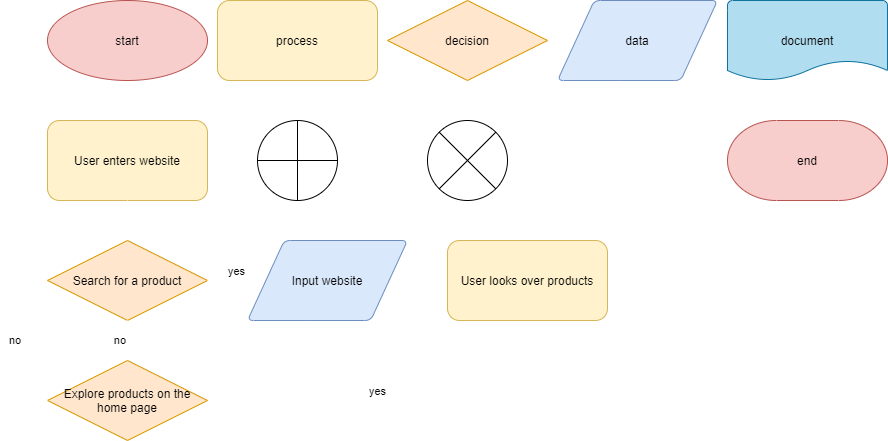
This is explore/diagramming/diagram.drawio.png from StevenSchaeffer/fa21-cse110-lab4, a draw.io export, as it was before one commit. Source tidied: cells renumbered, new cells last; positions are measured from the earlier drawing's top-left corner, leaving out a move shared by most shapes.
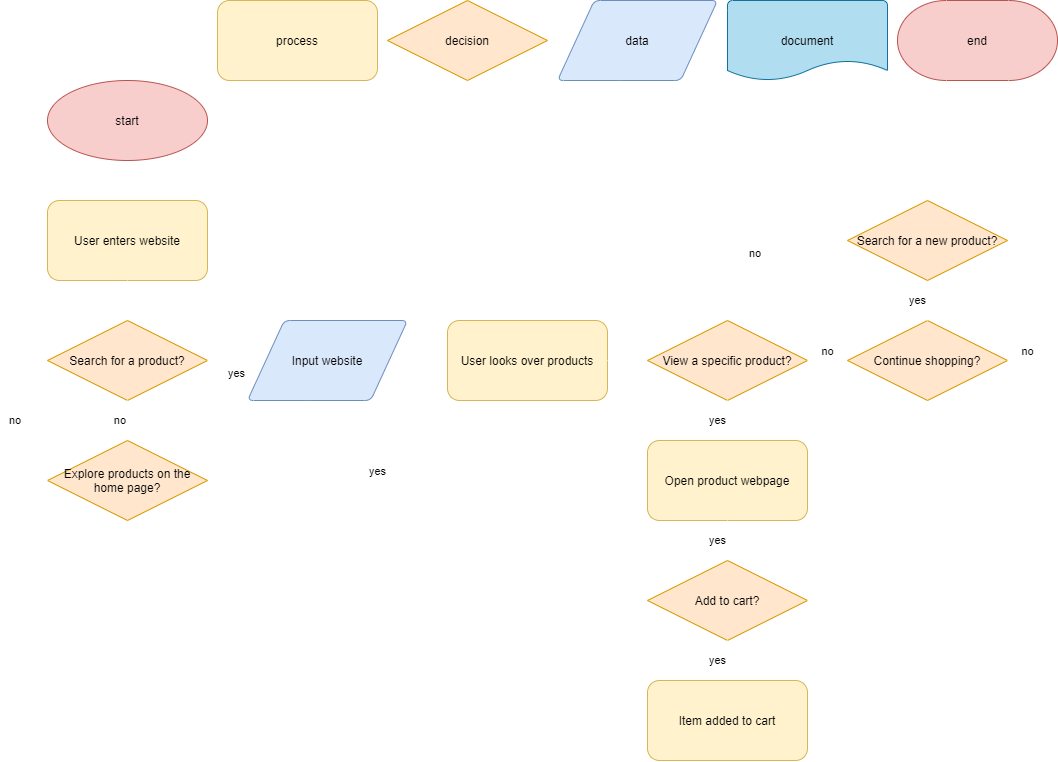
After the change.

Diff of the diagram source:
```diff
@@ -9,67 +9,30 @@
       <mxGeometry x="40" width="160" height="80" as="geometry" />
     </mxCell>
     <mxCell id="4" value="&lt;font color=&quot;#000000&quot;&gt;decision&lt;/font&gt;" style="rhombus;whiteSpace=wrap;html=1;fillColor=#ffe6cc;strokeColor=#d79b00;" parent="1" vertex="1">
-      <mxGeometry x="380" width="160" height="80" as="geometry" />
+      <mxGeometry x="380" y="-80" width="160" height="80" as="geometry" />
     </mxCell>
     <mxCell id="5" value="&lt;font color=&quot;#000000&quot;&gt;process&lt;/font&gt;" style="rounded=1;whiteSpace=wrap;html=1;fillColor=#fff2cc;strokeColor=#d6b656;direction=east;" parent="1" vertex="1">
-      <mxGeometry x="210" width="160" height="80" as="geometry" />
+      <mxGeometry x="210" y="-80" width="160" height="80" as="geometry" />
     </mxCell>
     <mxCell id="6" value="&lt;font color=&quot;#000000&quot;&gt;data&lt;/font&gt;" style="shape=parallelogram;html=1;strokeWidth=1;perimeter=parallelogramPerimeter;whiteSpace=wrap;rounded=1;arcSize=12;size=0.23;fillColor=#dae8fc;strokeColor=#6c8ebf;" parent="1" vertex="1">
-      <mxGeometry x="550" width="160" height="80" as="geometry" />
+      <mxGeometry x="550" y="-80" width="160" height="80" as="geometry" />
     </mxCell>
     <mxCell id="7" value="&lt;font color=&quot;#000000&quot;&gt;document&lt;/font&gt;" style="strokeWidth=1;html=1;shape=mxgraph.flowchart.document2;whiteSpace=wrap;size=0.25;fillColor=#b1ddf0;strokeColor=#10739e;" parent="1" vertex="1">
-      <mxGeometry x="720" width="160" height="80" as="geometry" />
+      <mxGeometry x="720" y="-80" width="160" height="80" as="geometry" />
     </mxCell>
     <mxCell id="8" value="&lt;font color=&quot;#000000&quot;&gt;end&lt;/font&gt;" style="strokeWidth=1;html=1;shape=mxgraph.flowchart.terminator;whiteSpace=wrap;fillColor=#f8cecc;strokeColor=#b85450;" parent="1" vertex="1">
-      <mxGeometry x="720" y="120" width="160" height="80" as="geometry" />
+      <mxGeometry x="890" y="-80" width="160" height="80" as="geometry" />
     </mxCell>
-    <mxCell id="9" style="verticalLabelPosition=bottom;verticalAlign=top;html=1;shape=mxgraph.flowchart.summing_function;strokeWidth=1;" parent="1" vertex="1">
-      <mxGeometry x="250" y="120" width="80" height="80" as="geometry" />
-    </mxCell>
-    <mxCell id="10" style="verticalLabelPosition=bottom;verticalAlign=top;html=1;shape=mxgraph.flowchart.or;strokeWidth=1;" parent="1" vertex="1">
-      <mxGeometry x="420" y="120" width="80" height="80" as="geometry" />
-    </mxCell>
-    <mxCell id="11" style="edgeStyle=orthogonalEdgeStyle;rounded=0;orthogonalLoop=1;jettySize=auto;html=1;exitX=0.5;exitY=1;exitDx=0;exitDy=0;entryX=0.5;entryY=0;entryDx=0;entryDy=0;entryPerimeter=0;strokeColor=#FFFFFF;" parent="1" edge="1">
-      <mxGeometry relative="1" as="geometry">
-        <mxPoint x="590" y="140" as="sourcePoint" />
-        <mxPoint x="590" y="180" as="targetPoint" />
-      </mxGeometry>
-    </mxCell>
-    <mxCell id="12" style="edgeStyle=orthogonalEdgeStyle;rounded=0;orthogonalLoop=1;jettySize=auto;html=1;strokeColor=#FFFFFF;" parent="1" edge="1">
-      <mxGeometry relative="1" as="geometry">
-        <mxPoint x="610" y="180" as="sourcePoint" />
-        <mxPoint x="610" y="140" as="targetPoint" />
-      </mxGeometry>
-    </mxCell>
-    <mxCell id="13" style="edgeStyle=orthogonalEdgeStyle;rounded=0;orthogonalLoop=1;jettySize=auto;html=1;strokeColor=#FFFFFF;" parent="1" edge="1">
-      <mxGeometry relative="1" as="geometry">
-        <mxPoint x="630" y="150" as="sourcePoint" />
-        <mxPoint x="670" y="150" as="targetPoint" />
-        <Array as="points">
-          <mxPoint x="640" y="150.2" />
-          <mxPoint x="640" y="150.2" />
-        </Array>
-      </mxGeometry>
-    </mxCell>
-    <mxCell id="14" style="edgeStyle=orthogonalEdgeStyle;rounded=0;orthogonalLoop=1;jettySize=auto;html=1;strokeColor=#FFFFFF;" parent="1" edge="1">
-      <mxGeometry relative="1" as="geometry">
-        <mxPoint x="670" y="170" as="sourcePoint" />
-        <mxPoint x="630" y="170" as="targetPoint" />
-        <Array as="points">
-          <mxPoint x="670" y="170" />
-        </Array>
-      </mxGeometry>
-    </mxCell>
     <mxCell id="15" value="&lt;font color=&quot;#000000&quot;&gt;User enters website&lt;/font&gt;" style="rounded=1;whiteSpace=wrap;html=1;fillColor=#fff2cc;strokeColor=#d6b656;direction=east;" parent="1" vertex="1">
       <mxGeometry x="40" y="120" width="160" height="80" as="geometry" />
     </mxCell>
-    <mxCell id="16" value="&lt;font color=&quot;#000000&quot;&gt;Search for a product&lt;/font&gt;" style="rhombus;whiteSpace=wrap;html=1;fillColor=#ffe6cc;strokeColor=#d79b00;" parent="1" vertex="1">
+    <mxCell id="16" value="&lt;font color=&quot;#000000&quot;&gt;Search for a product?&lt;/font&gt;" style="rhombus;whiteSpace=wrap;html=1;fillColor=#ffe6cc;strokeColor=#d79b00;" parent="1" vertex="1">
       <mxGeometry x="40" y="240" width="160" height="80" as="geometry" />
     </mxCell>
     <mxCell id="17" style="edgeStyle=orthogonalEdgeStyle;rounded=0;jettySize=auto;html=1;strokeColor=#FFFFFF;entryX=0.5;entryY=0;entryDx=0;entryDy=0;exitX=0.5;exitY=1;exitDx=0;exitDy=0;" parent="1" edge="1" source="15" target="16">
       <mxGeometry relative="1" as="geometry" />
     </mxCell>
-    <mxCell id="18" value="yes" style="edgeStyle=orthogonalEdgeStyle;rounded=0;jettySize=auto;html=1;strokeColor=#FFFFFF;exitX=1;exitY=0.5;exitDx=0;exitDy=0;align=center;verticalAlign=bottom;entryX=0;entryY=0.5;entryDx=0;entryDy=0;" parent="1" edge="1" source="16" target="24">
+    <mxCell id="18" value="yes" style="edgeStyle=orthogonalEdgeStyle;rounded=0;jettySize=auto;html=1;strokeColor=#FFFFFF;exitX=1;exitY=0.5;exitDx=0;exitDy=0;align=center;verticalAlign=top;entryX=0;entryY=0.5;entryDx=0;entryDy=0;" parent="1" edge="1" source="16" target="24">
       <mxGeometry relative="1" as="geometry" />
     </mxCell>
     <mxCell id="19" value="no" style="edgeStyle=orthogonalEdgeStyle;rounded=0;jettySize=auto;html=1;exitX=0.5;exitY=1;exitDx=0;exitDy=0;strokeColor=#FFFFFF;align=right;entryX=0.5;entryY=0;entryDx=0;entryDy=0;" parent="1" edge="1" source="16" target="21">
@@ -84,7 +47,7 @@
         </Array>
       </mxGeometry>
     </mxCell>
-    <mxCell id="21" value="&lt;font color=&quot;#000000&quot;&gt;Explore products on the home page&lt;/font&gt;" style="rhombus;whiteSpace=wrap;html=1;fillColor=#ffe6cc;strokeColor=#d79b00;" parent="1" vertex="1">
+    <mxCell id="21" value="&lt;font color=&quot;#000000&quot;&gt;Explore products on the home page?&lt;/font&gt;" style="rhombus;whiteSpace=wrap;html=1;fillColor=#ffe6cc;strokeColor=#d79b00;" parent="1" vertex="1">
       <mxGeometry x="40" y="360" width="160" height="80" as="geometry" />
     </mxCell>
     <mxCell id="22" value="no" style="edgeStyle=orthogonalEdgeStyle;rounded=0;jettySize=auto;html=1;strokeColor=#FFFFFF;align=left;exitX=0;exitY=0.5;exitDx=0;exitDy=0;entryX=0;entryY=0.5;entryDx=0;entryDy=0;" parent="1" edge="1" source="21" target="16">
@@ -104,5 +67,66 @@
     <mxCell id="25" value="&lt;font color=&quot;#000000&quot;&gt;User looks over products&lt;/font&gt;" style="rounded=1;whiteSpace=wrap;html=1;fillColor=#fff2cc;strokeColor=#d6b656;direction=east;" parent="1" vertex="1">
       <mxGeometry x="440" y="240" width="160" height="80" as="geometry" />
     </mxCell>
+    <mxCell id="26" value="&lt;font color=&quot;#000000&quot;&gt;View a specific product?&lt;/font&gt;" style="rhombus;whiteSpace=wrap;html=1;fillColor=#ffe6cc;strokeColor=#d79b00;" parent="1" vertex="1">
+      <mxGeometry x="640" y="240" width="160" height="80" as="geometry" />
+    </mxCell>
+    <mxCell id="27" style="edgeStyle=orthogonalEdgeStyle;rounded=0;jettySize=auto;html=1;strokeColor=#FFFFFF;exitX=1;exitY=0.5;exitDx=0;exitDy=0;entryX=0;entryY=0.5;entryDx=0;entryDy=0;" parent="1" edge="1" source="25" target="26">
+      <mxGeometry relative="1" as="geometry" />
+    </mxCell>
+    <mxCell id="28" value="no" style="edgeStyle=orthogonalEdgeStyle;rounded=0;jettySize=auto;html=1;strokeColor=#FFFFFF;exitX=1;exitY=0.5;exitDx=0;exitDy=0;entryX=0;entryY=0.5;entryDx=0;entryDy=0;verticalAlign=bottom;" parent="1" edge="1" source="26" target="29">
+      <mxGeometry relative="1" as="geometry" />
+    </mxCell>
+    <mxCell id="29" value="&lt;font color=&quot;#000000&quot;&gt;Continue shopping?&lt;/font&gt;" style="rhombus;whiteSpace=wrap;html=1;fillColor=#ffe6cc;strokeColor=#d79b00;" parent="1" vertex="1">
+      <mxGeometry x="840" y="240" width="160" height="80" as="geometry" />
+    </mxCell>
+    <mxCell id="30" value="no" style="edgeStyle=orthogonalEdgeStyle;rounded=0;jettySize=auto;html=1;strokeColor=#FFFFFF;entryX=0;entryY=0.5;entryDx=0;entryDy=0;verticalAlign=bottom;exitX=1;exitY=0.5;exitDx=0;exitDy=0;" parent="1" edge="1" source="29">
+      <mxGeometry relative="1" as="geometry">
+        <mxPoint x="1040" y="279.7" as="targetPoint" />
+      </mxGeometry>
+    </mxCell>
+    <mxCell id="31" value="yes" style="edgeStyle=orthogonalEdgeStyle;rounded=0;jettySize=auto;html=1;strokeColor=#FFFFFF;align=right;exitX=0.5;exitY=1;exitDx=0;exitDy=0;entryX=0.5;entryY=0;entryDx=0;entryDy=0;" parent="1" edge="1" source="26" target="35">
+      <mxGeometry relative="1" as="geometry" />
+    </mxCell>
+    <mxCell id="32" value="&lt;font color=&quot;#000000&quot;&gt;Add to cart?&lt;/font&gt;" style="rhombus;whiteSpace=wrap;html=1;fillColor=#ffe6cc;strokeColor=#d79b00;" parent="1" vertex="1">
+      <mxGeometry x="640" y="480" width="160" height="80" as="geometry" />
+    </mxCell>
+    <mxCell id="33" value="yes" style="edgeStyle=orthogonalEdgeStyle;rounded=0;jettySize=auto;html=1;strokeColor=#FFFFFF;align=right;exitX=0.5;exitY=1;exitDx=0;exitDy=0;entryX=0.5;entryY=0;entryDx=0;entryDy=0;" parent="1" edge="1" source="32" target="38">
+      <mxGeometry relative="1" as="geometry" />
+    </mxCell>
+    <mxCell id="34" style="edgeStyle=orthogonalEdgeStyle;rounded=0;jettySize=auto;html=1;strokeColor=#FFFFFF;exitX=1;exitY=0.5;exitDx=0;exitDy=0;verticalAlign=bottom;entryX=0;entryY=0.5;entryDx=0;entryDy=0;" parent="1" edge="1" source="32" target="29">
+      <mxGeometry relative="1" as="geometry" />
+    </mxCell>
+    <mxCell id="35" value="&lt;font color=&quot;#000000&quot;&gt;Open product webpage&lt;/font&gt;" style="rounded=1;whiteSpace=wrap;html=1;fillColor=#fff2cc;strokeColor=#d6b656;direction=east;" parent="1" vertex="1">
+      <mxGeometry x="640" y="360" width="160" height="80" as="geometry" />
+    </mxCell>
+    <mxCell id="36" value="yes" style="edgeStyle=orthogonalEdgeStyle;rounded=0;jettySize=auto;html=1;strokeColor=#FFFFFF;align=right;exitX=0.5;exitY=1;exitDx=0;exitDy=0;entryX=0.5;entryY=0;entryDx=0;entryDy=0;" parent="1" edge="1" source="35" target="32">
+      <mxGeometry relative="1" as="geometry" />
+    </mxCell>
+    <mxCell id="37" style="edgeStyle=orthogonalEdgeStyle;rounded=0;jettySize=auto;html=1;exitX=1;exitY=0.5;exitDx=0;exitDy=0;strokeColor=#FFFFFF;align=right;verticalAlign=top;entryX=0.5;entryY=1;entryDx=0;entryDy=0;" parent="1" edge="1" source="38" target="29">
+      <mxGeometry relative="1" as="geometry" />
+    </mxCell>
+    <mxCell id="38" value="&lt;font color=&quot;#000000&quot;&gt;Item added to cart&lt;/font&gt;" style="rounded=1;whiteSpace=wrap;html=1;fillColor=#fff2cc;strokeColor=#d6b656;direction=east;" parent="1" vertex="1">
+      <mxGeometry x="640" y="600" width="160" height="80" as="geometry" />
+    </mxCell>
+    <mxCell id="39" value="yes" style="edgeStyle=orthogonalEdgeStyle;rounded=0;jettySize=auto;html=1;strokeColor=#FFFFFF;exitX=0.5;exitY=0;exitDx=0;exitDy=0;align=right;entryX=0.5;entryY=1;entryDx=0;entryDy=0;" parent="1" edge="1" source="29" target="42">
+      <mxGeometry relative="1" as="geometry" />
+    </mxCell>
+    <mxCell id="40" value="no" style="edgeStyle=orthogonalEdgeStyle;rounded=0;jettySize=auto;html=1;exitX=0;exitY=0.5;exitDx=0;exitDy=0;strokeColor=#FFFFFF;align=left;verticalAlign=top;entryX=0.5;entryY=0;entryDx=0;entryDy=0;" parent="1" edge="1" source="42" target="26">
+      <mxGeometry relative="1" as="geometry" />
+    </mxCell>
+    <mxCell id="41" style="edgeStyle=orthogonalEdgeStyle;rounded=0;jettySize=auto;html=1;exitX=0.5;exitY=0;exitDx=0;exitDy=0;strokeColor=#FFFFFF;align=right;verticalAlign=top;entryX=0;entryY=0.5;entryDx=0;entryDy=0;" parent="1" edge="1" source="42" target="24">
+      <mxGeometry relative="1" as="geometry">
+        <Array as="points">
+          <mxPoint x="920" y="80" />
+          <mxPoint x="640" y="80" />
+          <mxPoint x="640" y="200" />
+          <mxPoint x="230" y="200" />
+          <mxPoint x="230" y="280" />
+        </Array>
+      </mxGeometry>
+    </mxCell>
+    <mxCell id="42" value="&lt;font color=&quot;#000000&quot;&gt;Search for a new product?&lt;/font&gt;" style="rhombus;whiteSpace=wrap;html=1;fillColor=#ffe6cc;strokeColor=#d79b00;" parent="1" vertex="1">
+      <mxGeometry x="840" y="120" width="160" height="80" as="geometry" />
+    </mxCell>
   </root>
 </mxGraphModel>
```
